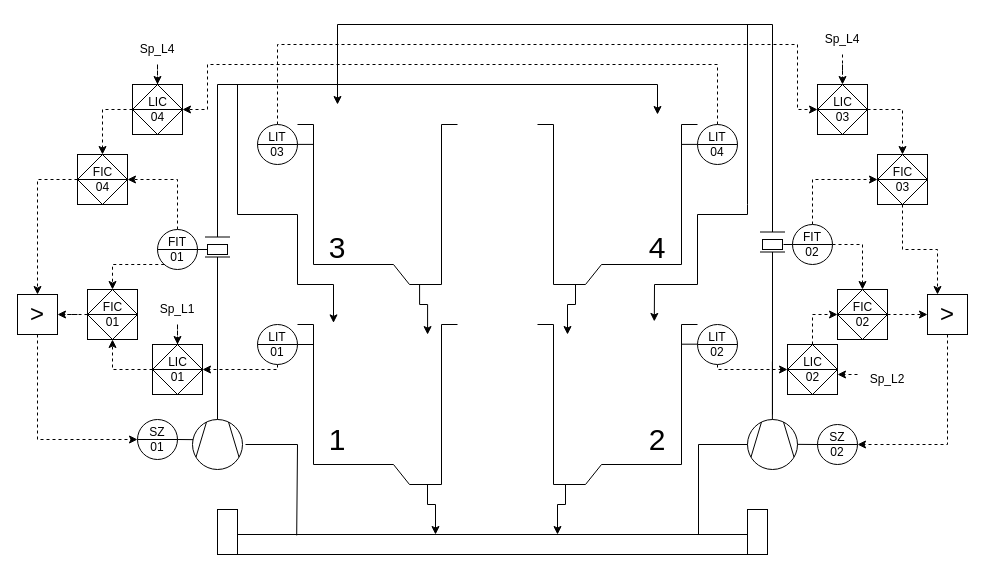
The draw.io diagram Instrumentación/drawio/planta_4_estanques.drawio in aguscsc/Sistema-de-Control-para-Planta-Piloto-de-4-Estanques, before the edit. Source tidied: cells renumbered, new cells numbered last; positions are measured from the earlier drawing's top-left corner, leaving out a move shared by most shapes. Both pictures are drawn from the tidied source at 100%, with x=0, y=0 at pixel (17, 24).
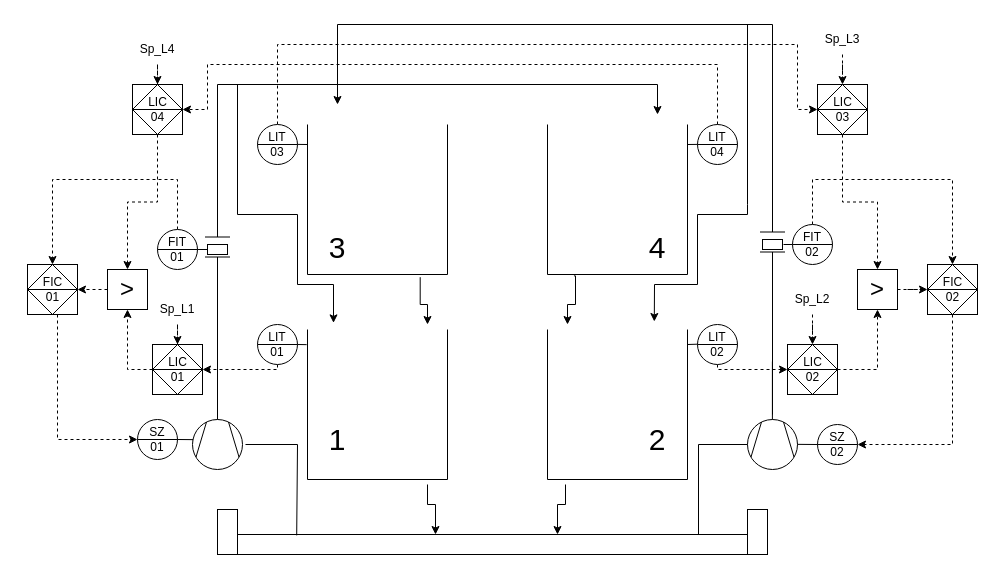
The same diagram, later.

The change refers to these unchanged cells:
```xml
<mxCell id="19" value="LIT&lt;div&gt;01&lt;/div&gt;" style="shape=lineEllipse;perimeter=ellipsePerimeter;whiteSpace=wrap;html=1;backgroundOutline=1;" parent="1" vertex="1">
  <mxGeometry x="240" y="300" width="40" height="40" as="geometry" />
</mxCell>
<mxCell id="24" value="SZ&lt;div&gt;01&lt;/div&gt;" style="shape=lineEllipse;perimeter=ellipsePerimeter;whiteSpace=wrap;html=1;backgroundOutline=1;" parent="1" vertex="1">
  <mxGeometry x="120" y="395" width="40" height="40" as="geometry" />
</mxCell>
<mxCell id="30" value="LIC&lt;div&gt;01&lt;/div&gt;" style="html=1;outlineConnect=0;align=center;dashed=0;shape=mxgraph.pid2inst.progLogCont;mounting=room;" parent="1" vertex="1">
  <mxGeometry x="135" y="320" width="50" height="50" as="geometry" />
</mxCell>
<mxCell id="32" value="&amp;nbsp;LIC&amp;nbsp;&lt;div&gt;04&lt;/div&gt;" style="html=1;outlineConnect=0;align=center;dashed=0;shape=mxgraph.pid2inst.progLogCont;mounting=room;" parent="1" vertex="1">
  <mxGeometry x="115" y="60" width="50" height="50" as="geometry" />
</mxCell>
<mxCell id="39" value="SZ&lt;div&gt;02&lt;/div&gt;" style="shape=lineEllipse;perimeter=ellipsePerimeter;whiteSpace=wrap;html=1;backgroundOutline=1;" parent="1" vertex="1">
  <mxGeometry x="800" y="400" width="40" height="40" as="geometry" />
</mxCell>
<mxCell id="41" value="&amp;nbsp;LIC&amp;nbsp;&lt;div&gt;03&lt;/div&gt;" style="html=1;outlineConnect=0;align=center;dashed=0;shape=mxgraph.pid2inst.progLogCont;mounting=room;" parent="1" vertex="1">
  <mxGeometry x="800" y="60" width="50" height="50" as="geometry" />
</mxCell>
<mxCell id="48" value="LIC&lt;div&gt;02&lt;/div&gt;" style="html=1;outlineConnect=0;align=center;dashed=0;shape=mxgraph.pid2inst.progLogCont;mounting=room;" parent="1" vertex="1">
  <mxGeometry x="770" y="320" width="50" height="50" as="geometry" />
</mxCell>
<mxCell id="63" value="FIT&lt;div&gt;01&lt;/div&gt;" style="shape=lineEllipse;perimeter=ellipsePerimeter;whiteSpace=wrap;html=1;backgroundOutline=1;" parent="1" vertex="1">
  <mxGeometry x="140" y="205" width="40" height="40" as="geometry" />
</mxCell>
<mxCell id="72" value="FIT&lt;div&gt;02&lt;/div&gt;" style="shape=lineEllipse;perimeter=ellipsePerimeter;whiteSpace=wrap;html=1;backgroundOutline=1;" parent="1" vertex="1">
  <mxGeometry x="775" y="200" width="40" height="40" as="geometry" />
</mxCell>
```

What changed in the source:
```diff
@@
-    <mxCell id="2" style="shape=mxgraph.pid.vessels.container,_tank,_cistern_(boot);html=1;align=center;verticalLabelPosition=bottom;verticalAlign=top;dashed=0;flipH=1;legacyAnchorPoints=0;" parent="1" vertex="1">
-      <mxGeometry x="520" y="100" width="160" height="160" as="geometry" />
-    </mxCell>
-    <mxCell id="3" style="shape=mxgraph.pid.vessels.container,_tank,_cistern_(boot);html=1;align=center;verticalLabelPosition=bottom;verticalAlign=top;dashed=0;flipH=1;legacyAnchorPoints=0;" parent="1" vertex="1">
-      <mxGeometry x="520" y="300" width="160" height="160" as="geometry" />
-    </mxCell>
-    <mxCell id="4" style="shape=mxgraph.pid.vessels.container,_tank,_cistern_(boot);html=1;align=center;verticalLabelPosition=bottom;verticalAlign=top;dashed=0;" parent="1" vertex="1">
-      <mxGeometry x="280" y="300" width="160" height="160" as="geometry" />
-    </mxCell>
-    <mxCell id="5" style="shape=mxgraph.pid.vessels.container,_tank,_cistern_(boot);html=1;align=center;verticalLabelPosition=bottom;verticalAlign=top;dashed=0;" parent="1" vertex="1">
-      <mxGeometry x="280" y="100" width="160" height="160" as="geometry" />
-    </mxCell>
+    <mxCell id="84" style="shape=mxgraph.pid.vessels.container,_tank,_cistern;html=1;align=center;verticalLabelPosition=bottom;verticalAlign=top;dashed=0;" parent="1" vertex="1">
+      <mxGeometry x="530" y="305" width="140" height="150" as="geometry" />
+    </mxCell>
+    <mxCell id="85" style="shape=mxgraph.pid.vessels.container,_tank,_cistern;html=1;align=center;verticalLabelPosition=bottom;verticalAlign=top;dashed=0;" parent="1" vertex="1">
+      <mxGeometry x="530" y="100" width="140" height="150" as="geometry" />
+    </mxCell>
+    <mxCell id="86" style="shape=mxgraph.pid.vessels.container,_tank,_cistern;html=1;align=center;verticalLabelPosition=bottom;verticalAlign=top;dashed=0;" parent="1" vertex="1">
+      <mxGeometry x="290" y="305" width="140" height="150" as="geometry" />
+    </mxCell>
+    <mxCell id="87" style="shape=mxgraph.pid.vessels.container,_tank,_cistern;html=1;align=center;verticalLabelPosition=bottom;verticalAlign=top;dashed=0;" parent="1" vertex="1">
+      <mxGeometry x="290" y="100" width="140" height="150" as="geometry" />
+    </mxCell>
@@
-    <mxCell id="8" style="edgeStyle=orthogonalEdgeStyle;rounded=0;jettySize=auto;html=1;dashed=1;" parent="1" edge="1" source="9" target="28">
-      <mxGeometry relative="1" as="geometry" />
-    </mxCell>
-    <mxCell id="9" value="&amp;nbsp;FIC&amp;nbsp;&lt;div&gt;04&lt;/div&gt;" style="html=1;outlineConnect=0;align=center;dashed=0;shape=mxgraph.pid2inst.progLogCont;mounting=room;" parent="1" vertex="1">
-      <mxGeometry x="60" y="130" width="50" height="50" as="geometry" />
-    </mxCell>
-    <mxCell id="10" style="edgeStyle=orthogonalEdgeStyle;rounded=0;jettySize=auto;html=1;entryX=1;entryY=0.5;entryDx=0;entryDy=0;dashed=1;" parent="1" edge="1" source="11" target="28">
-      <mxGeometry relative="1" as="geometry" />
-    </mxCell>
+    <mxCell id="88" style="edgeStyle=orthogonalEdgeStyle;rounded=0;jettySize=auto;html=1;entryX=0;entryY=0.5;entryDx=0;entryDy=0;dashed=1;" parent="1" edge="1" source="11" target="24">
+      <mxGeometry relative="1" as="geometry">
+        <Array as="points">
+          <mxPoint x="40" y="415" />
+        </Array>
+      </mxGeometry>
+    </mxCell>
     <mxCell id="11" value="FIC&lt;div&gt;01&lt;/div&gt;" style="html=1;outlineConnect=0;align=center;dashed=0;shape=mxgraph.pid2inst.progLogCont;mounting=room;" parent="1" vertex="1">
-      <mxGeometry x="70" y="265" width="50" height="50" as="geometry" />
+      <mxGeometry x="10" y="240" width="50" height="50" as="geometry" />
     </mxCell>
@@
-    <mxCell id="20" style="edgeStyle=orthogonalEdgeStyle;rounded=0;jettySize=auto;html=1;entryX=0.5;entryY=0;entryDx=0;entryDy=0;dashed=1;" parent="1" edge="1" source="32" target="9">
+    <mxCell id="20" style="edgeStyle=orthogonalEdgeStyle;rounded=0;jettySize=auto;html=1;entryX=0.5;entryY=0;entryDx=0;entryDy=0;dashed=1;" parent="1" edge="1" source="32" target="28">
       <mxGeometry relative="1" as="geometry" />
     </mxCell>
@@
-    <mxCell id="25" style="edgeStyle=orthogonalEdgeStyle;rounded=0;jettySize=auto;html=1;exitX=0.763;exitY=0.998;exitDx=0;exitDy=0;exitPerimeter=0;entryX=0.813;entryY=0.063;entryDx=0;entryDy=0;entryPerimeter=0;" parent="1" edge="1" source="5" target="4">
+    <mxCell id="25" style="edgeStyle=orthogonalEdgeStyle;rounded=0;jettySize=auto;html=1;exitX=0.805;exitY=1.018;exitDx=0;exitDy=0;exitPerimeter=0;" parent="1" edge="1" source="87">
       <mxGeometry relative="1" as="geometry">
+        <mxPoint x="410" y="300" as="targetPoint" />
         <Array as="points">
-          <mxPoint x="402" y="280" />
+          <mxPoint x="403" y="280" />
           <mxPoint x="410" y="280" />
         </Array>
       </mxGeometry>
     </mxCell>
-    <mxCell id="26" style="edgeStyle=orthogonalEdgeStyle;rounded=0;orthogonalLoop=1;jettySize=auto;html=1;exitX=0.763;exitY=0.998;exitDx=0;exitDy=0;exitPerimeter=0;entryX=0.813;entryY=0.063;entryDx=0;entryDy=0;entryPerimeter=0;" parent="1" edge="1">
+    <mxCell id="26" style="edgeStyle=orthogonalEdgeStyle;rounded=0;jettySize=auto;html=1;exitX=0.189;exitY=1.009;exitDx=0;exitDy=0;exitPerimeter=0;" parent="1" edge="1" source="85">
       <mxGeometry relative="1" as="geometry">
-        <mxPoint x="558" y="260" as="sourcePoint" />
-        <mxPoint x="550" y="310" as="targetPoint" />
+        <mxPoint x="550" y="300" as="targetPoint" />
         <Array as="points">
+          <mxPoint x="558" y="251" />
           <mxPoint x="558" y="280" />
           <mxPoint x="550" y="280" />
         </Array>
       </mxGeometry>
     </mxCell>
-    <mxCell id="27" style="edgeStyle=orthogonalEdgeStyle;rounded=0;jettySize=auto;html=1;entryX=0;entryY=0.5;entryDx=0;entryDy=0;dashed=1;" parent="1" edge="1" source="28" target="24">
-      <mxGeometry relative="1" as="geometry">
-        <Array as="points">
-          <mxPoint x="20" y="415" />
-        </Array>
-      </mxGeometry>
-    </mxCell>
+    <mxCell id="89" style="edgeStyle=orthogonalEdgeStyle;rounded=0;jettySize=auto;html=1;exitX=0;exitY=0.5;exitDx=0;exitDy=0;entryX=1;entryY=0.5;entryDx=0;entryDy=0;dashed=1;" parent="1" edge="1" source="28" target="11">
+      <mxGeometry relative="1" as="geometry" />
+    </mxCell>
     <mxCell id="28" value="&lt;font style=&quot;font-size: 24px;&quot;&gt;&amp;gt;&lt;/font&gt;" style="whiteSpace=wrap;html=1;dashed=0;" parent="1" vertex="1">
-      <mxGeometry y="270" width="40" height="40" as="geometry" />
+      <mxGeometry x="90" y="245" width="40" height="40" as="geometry" />
     </mxCell>
-    <mxCell id="29" style="edgeStyle=orthogonalEdgeStyle;rounded=0;jettySize=auto;html=1;dashed=1;" parent="1" edge="1" source="30" target="11">
-      <mxGeometry relative="1" as="geometry" />
-    </mxCell>
+    <mxCell id="90" style="edgeStyle=orthogonalEdgeStyle;rounded=0;jettySize=auto;html=1;entryX=0.5;entryY=1;entryDx=0;entryDy=0;dashed=1;" parent="1" edge="1" source="30" target="28">
+      <mxGeometry relative="1" as="geometry" />
+    </mxCell>
@@
-    <mxCell id="33" style="endArrow=classic;html=1;rounded=0;entryX=0.225;entryY=-0.01;entryDx=0;entryDy=0;entryPerimeter=0;" parent="1" edge="1" target="4">
+    <mxCell id="33" style="endArrow=classic;html=1;rounded=0;entryX=0.225;entryY=-0.01;entryDx=0;entryDy=0;entryPerimeter=0;" parent="1" edge="1">
       <mxGeometry relative="1" as="geometry">
         <mxPoint x="220" y="60" as="sourcePoint" />
+        <mxPoint x="316" y="298.4" as="targetPoint" />
         <Array as="points">
           <mxPoint x="220" y="190" />
           <mxPoint x="280" y="190" />
           <mxPoint x="280" y="260" />
           <mxPoint x="316" y="260" />
         </Array>
       </mxGeometry>
     </mxCell>
@@
-    <mxCell id="40" style="edgeStyle=orthogonalEdgeStyle;rounded=0;jettySize=auto;html=1;entryX=0.5;entryY=0;entryDx=0;entryDy=0;dashed=1;" parent="1" edge="1" source="41" target="46">
+    <mxCell id="40" style="edgeStyle=orthogonalEdgeStyle;rounded=0;jettySize=auto;html=1;entryX=0.5;entryY=0;entryDx=0;entryDy=0;dashed=1;" parent="1" edge="1" source="41" target="52">
       <mxGeometry relative="1" as="geometry" />
     </mxCell>
@@
-    <mxCell id="44" style="endArrow=classic;html=1;rounded=0;entryX=0.27;entryY=-0.019;entryDx=0;entryDy=0;entryPerimeter=0;" parent="1" edge="1" target="3">
+    <mxCell id="44" style="endArrow=classic;html=1;rounded=0;entryX=0.27;entryY=-0.019;entryDx=0;entryDy=0;entryPerimeter=0;" parent="1" edge="1">
       <mxGeometry relative="1" as="geometry">
         <mxPoint x="730" as="sourcePoint" />
+        <mxPoint x="636.8" y="297" as="targetPoint" />
         <Array as="points">
           <mxPoint x="730" y="180" />
           <mxPoint x="730" y="190" />
           <mxPoint x="680" y="190" />
           <mxPoint x="680" y="260" />
           <mxPoint x="637" y="260" />
         </Array>
       </mxGeometry>
     </mxCell>
-    <mxCell id="45" style="edgeStyle=orthogonalEdgeStyle;rounded=0;jettySize=auto;html=1;entryX=0.25;entryY=0;entryDx=0;entryDy=0;dashed=1;" parent="1" edge="1" source="46" target="52">
-      <mxGeometry relative="1" as="geometry" />
-    </mxCell>
-    <mxCell id="46" value="&amp;nbsp;FIC&amp;nbsp;&lt;div&gt;03&lt;/div&gt;" style="html=1;outlineConnect=0;align=center;dashed=0;shape=mxgraph.pid2inst.progLogCont;mounting=room;" parent="1" vertex="1">
-      <mxGeometry x="860" y="130" width="50" height="50" as="geometry" />
-    </mxCell>
-    <mxCell id="47" style="edgeStyle=orthogonalEdgeStyle;rounded=0;jettySize=auto;html=1;entryX=0;entryY=0.5;entryDx=0;entryDy=0;dashed=1;" parent="1" edge="1" source="48" target="50">
-      <mxGeometry relative="1" as="geometry" />
-    </mxCell>
+    <mxCell id="91" style="edgeStyle=orthogonalEdgeStyle;rounded=0;jettySize=auto;html=1;entryX=0.5;entryY=1;entryDx=0;entryDy=0;dashed=1;" parent="1" edge="1" source="48" target="52">
+      <mxGeometry relative="1" as="geometry" />
+    </mxCell>
@@
-    <mxCell id="49" style="edgeStyle=orthogonalEdgeStyle;rounded=0;jettySize=auto;html=1;entryX=0;entryY=0.5;entryDx=0;entryDy=0;dashed=1;" parent="1" edge="1" source="50" target="52">
-      <mxGeometry relative="1" as="geometry" />
-    </mxCell>
+    <mxCell id="92" style="edgeStyle=orthogonalEdgeStyle;rounded=0;jettySize=auto;html=1;entryX=1;entryY=0.5;entryDx=0;entryDy=0;dashed=1;" parent="1" edge="1" source="50" target="39">
+      <mxGeometry relative="1" as="geometry">
+        <Array as="points">
+          <mxPoint x="935" y="420" />
+        </Array>
+      </mxGeometry>
+    </mxCell>
     <mxCell id="50" value="FIC&lt;div&gt;02&lt;/div&gt;" style="html=1;outlineConnect=0;align=center;dashed=0;shape=mxgraph.pid2inst.progLogCont;mounting=room;" parent="1" vertex="1">
-      <mxGeometry x="820" y="265" width="50" height="50" as="geometry" />
+      <mxGeometry x="910" y="240" width="50" height="50" as="geometry" />
     </mxCell>
-    <mxCell id="51" style="edgeStyle=orthogonalEdgeStyle;rounded=0;jettySize=auto;html=1;entryX=1;entryY=0.5;entryDx=0;entryDy=0;dashed=1;" parent="1" edge="1" target="39">
-      <mxGeometry relative="1" as="geometry">
-        <mxPoint x="930" y="310" as="sourcePoint" />
-        <Array as="points">
-          <mxPoint x="930" y="420" />
-        </Array>
-      </mxGeometry>
-    </mxCell>
+    <mxCell id="93" style="edgeStyle=orthogonalEdgeStyle;rounded=0;jettySize=auto;html=1;dashed=1;" parent="1" edge="1" source="52" target="50">
+      <mxGeometry relative="1" as="geometry" />
+    </mxCell>
     <mxCell id="52" value="&lt;font style=&quot;font-size: 24px;&quot;&gt;&amp;gt;&lt;/font&gt;" style="whiteSpace=wrap;html=1;dashed=0;" parent="1" vertex="1">
-      <mxGeometry x="910" y="270" width="40" height="40" as="geometry" />
+      <mxGeometry x="840" y="245" width="40" height="40" as="geometry" />
     </mxCell>
@@
-    <mxCell id="61" style="edgeStyle=orthogonalEdgeStyle;rounded=0;jettySize=auto;html=1;entryX=0.5;entryY=0;entryDx=0;entryDy=0;dashed=1;" parent="1" edge="1" source="63" target="11">
-      <mxGeometry relative="1" as="geometry">
-        <Array as="points">
-          <mxPoint x="95" y="240" />
-        </Array>
-      </mxGeometry>
-    </mxCell>
-    <mxCell id="62" style="edgeStyle=orthogonalEdgeStyle;rounded=0;jettySize=auto;html=1;entryX=1;entryY=0.5;entryDx=0;entryDy=0;dashed=1;" parent="1" edge="1" source="63" target="9">
+    <mxCell id="62" style="edgeStyle=orthogonalEdgeStyle;rounded=0;jettySize=auto;html=1;entryX=0.5;entryY=0;entryDx=0;entryDy=0;dashed=1;" parent="1" edge="1" source="63" target="11">
       <mxGeometry relative="1" as="geometry">
         <Array as="points">
           <mxPoint x="160" y="155" />
+          <mxPoint x="35" y="155" />
         </Array>
       </mxGeometry>
     </mxCell>
@@
-    <mxCell id="69" value="Sp_L4" style="text;html=1;whiteSpace=wrap;strokeColor=none;fillColor=none;align=center;verticalAlign=middle;rounded=0;" parent="1" vertex="1">
+    <mxCell id="69" value="Sp_L3" style="text;html=1;whiteSpace=wrap;strokeColor=none;fillColor=none;align=center;verticalAlign=middle;rounded=0;" parent="1" vertex="1">
       <mxGeometry x="795" width="60" height="30" as="geometry" />
     </mxCell>
-    <mxCell id="70" style="edgeStyle=orthogonalEdgeStyle;rounded=0;jettySize=auto;html=1;entryX=0.5;entryY=0;entryDx=0;entryDy=0;dashed=1;" parent="1" edge="1" source="72" target="50">
-      <mxGeometry relative="1" as="geometry" />
-    </mxCell>
-    <mxCell id="71" style="edgeStyle=orthogonalEdgeStyle;rounded=0;jettySize=auto;html=1;entryX=0;entryY=0.5;entryDx=0;entryDy=0;dashed=1;" parent="1" edge="1" source="72" target="46">
+    <mxCell id="71" style="edgeStyle=orthogonalEdgeStyle;rounded=0;jettySize=auto;html=1;dashed=1;entryX=0.5;entryY=0;entryDx=0;entryDy=0;" parent="1" edge="1" source="72" target="50">
       <mxGeometry relative="1" as="geometry">
         <Array as="points">
           <mxPoint x="795" y="155" />
+          <mxPoint x="935" y="155" />
         </Array>
       </mxGeometry>
     </mxCell>
@@
     <mxCell id="74" style="edgeStyle=orthogonalEdgeStyle;rounded=0;jettySize=auto;html=1;dashed=1;" parent="1" edge="1" source="75" target="48">
-      <mxGeometry relative="1" as="geometry">
-        <Array as="points">
-          <mxPoint x="830" y="350" />
-          <mxPoint x="830" y="350" />
-        </Array>
-      </mxGeometry>
+      <mxGeometry relative="1" as="geometry" />
     </mxCell>
     <mxCell id="75" value="Sp_L2" style="text;html=1;whiteSpace=wrap;strokeColor=none;fillColor=none;align=center;verticalAlign=middle;rounded=0;" parent="1" vertex="1">
-      <mxGeometry x="840" y="340" width="60" height="30" as="geometry" />
+      <mxGeometry x="765" y="260" width="60" height="30" as="geometry" />
     </mxCell>
@@
-    <mxCell id="80" style="endArrow=none;html=1;rounded=0;exitX=1;exitY=0.5;exitDx=0;exitDy=0;entryX=0.101;entryY=0.125;entryDx=0;entryDy=0;entryPerimeter=0;" parent="1" edge="1" source="19" target="4">
+    <mxCell id="80" style="endArrow=none;html=1;rounded=0;exitX=1;exitY=0.5;exitDx=0;exitDy=0;entryX=-0.006;entryY=0.101;entryDx=0;entryDy=0;entryPerimeter=0;" parent="1" edge="1" source="19" target="86">
       <mxGeometry relative="1" as="geometry" />
     </mxCell>
-    <mxCell id="81" style="endArrow=none;html=1;rounded=0;exitX=1;exitY=0.5;exitDx=0;exitDy=0;entryX=0.101;entryY=0.125;entryDx=0;entryDy=0;entryPerimeter=0;" parent="1" edge="1">
+    <mxCell id="81" style="endArrow=none;html=1;rounded=0;exitX=1;exitY=0.5;exitDx=0;exitDy=0;" parent="1" edge="1">
       <mxGeometry relative="1" as="geometry">
         <mxPoint x="280" y="119.9" as="sourcePoint" />
-        <mxPoint x="296" y="119.9" as="targetPoint" />
+        <mxPoint x="290" y="120" as="targetPoint" />
       </mxGeometry>
     </mxCell>
-    <mxCell id="82" style="endArrow=none;html=1;rounded=0;exitX=1;exitY=0.5;exitDx=0;exitDy=0;entryX=0.101;entryY=0.125;entryDx=0;entryDy=0;entryPerimeter=0;" parent="1" edge="1">
+    <mxCell id="82" style="endArrow=none;html=1;rounded=0;entryX=0.101;entryY=0.125;entryDx=0;entryDy=0;entryPerimeter=0;" parent="1" edge="1">
       <mxGeometry relative="1" as="geometry">
-        <mxPoint x="664" y="119.9" as="sourcePoint" />
+        <mxPoint x="670" y="120" as="sourcePoint" />
         <mxPoint x="680" y="119.9" as="targetPoint" />
       </mxGeometry>
     </mxCell>
-    <mxCell id="83" style="endArrow=none;html=1;rounded=0;exitX=1;exitY=0.5;exitDx=0;exitDy=0;entryX=0.101;entryY=0.125;entryDx=0;entryDy=0;entryPerimeter=0;" parent="1" edge="1">
+    <mxCell id="83" style="endArrow=none;html=1;rounded=0;entryX=0.101;entryY=0.125;entryDx=0;entryDy=0;entryPerimeter=0;" parent="1" edge="1">
       <mxGeometry relative="1" as="geometry">
-        <mxPoint x="664" y="319.7" as="sourcePoint" />
+        <mxPoint x="670" y="320" as="sourcePoint" />
         <mxPoint x="680" y="319.7" as="targetPoint" />
       </mxGeometry>
     </mxCell>
+    <mxCell id="94" style="edgeStyle=orthogonalEdgeStyle;rounded=0;orthogonalLoop=1;jettySize=auto;html=1;exitX=0.5;exitY=1;exitDx=0;exitDy=0;" parent="1" edge="1" source="50" target="50">
+      <mxGeometry relative="1" as="geometry" />
+    </mxCell>
```
